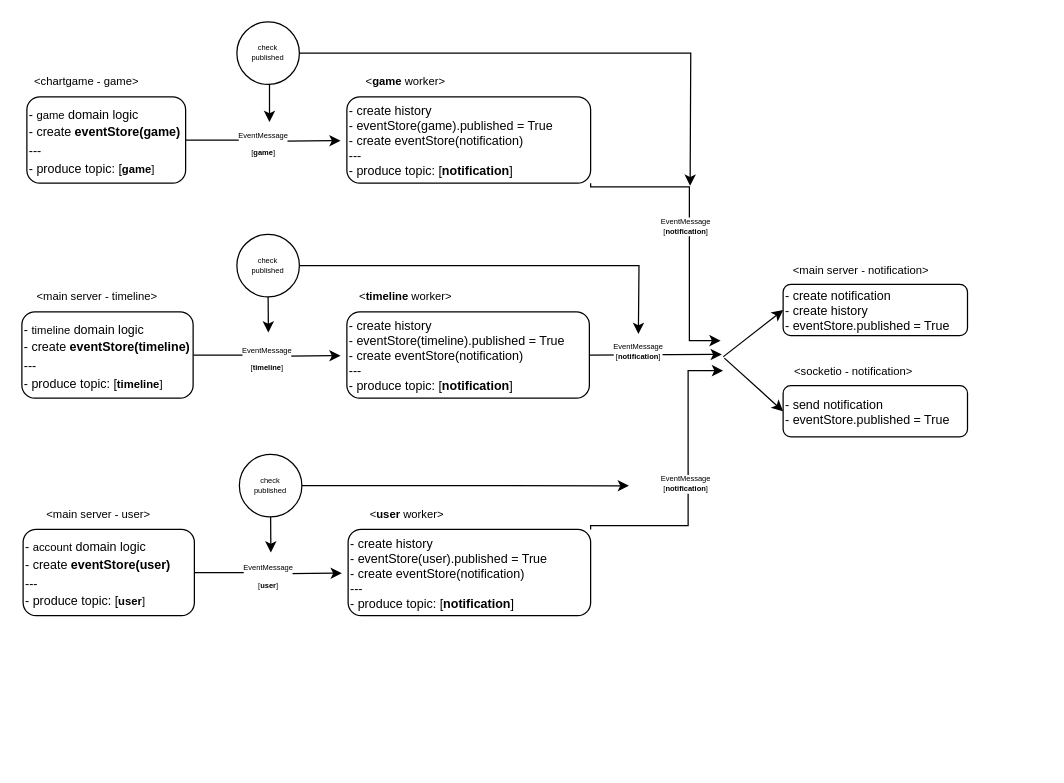
This is notification.drawio from myeongjunkim/somethings, a draw.io file, before an edit. Source tidied: cells renumbered, new cells numbered last; positions are measured from the earlier drawing's top-left corner, leaving out a move shared by most shapes. Both pictures are drawn from the tidied source at 125%, with x=0, y=0 at pixel (21, 21).
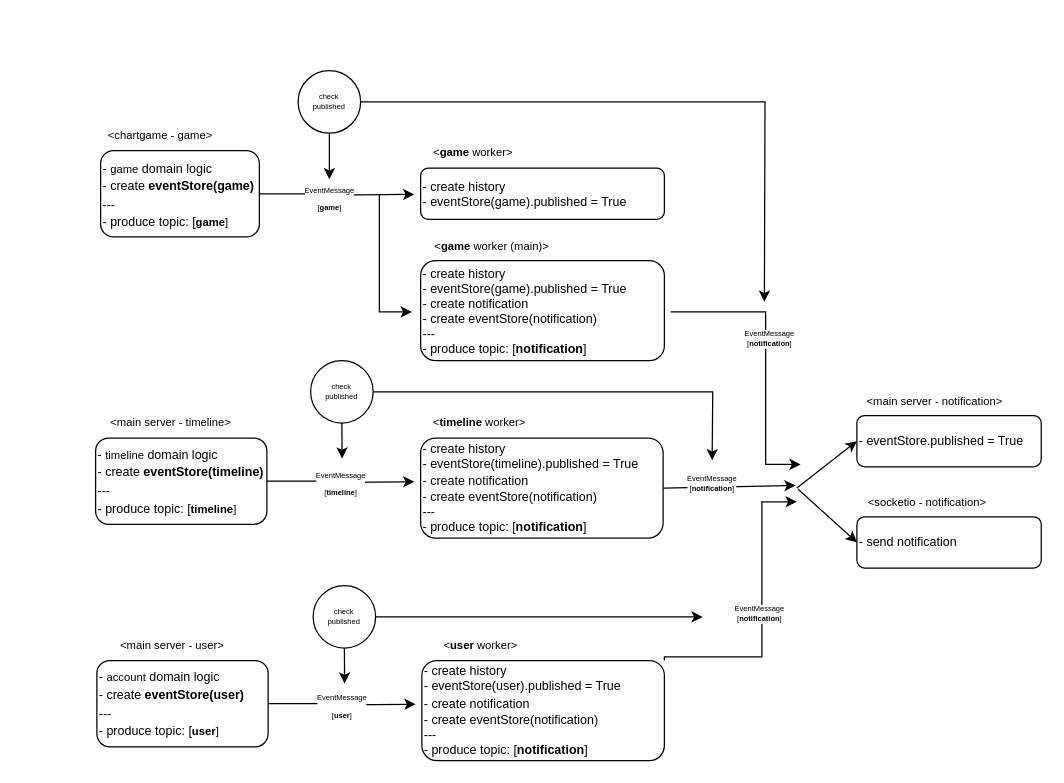
Above is the later version.

Commit message:
0327 피드백 반영

The edit, as a diff of the source:
```diff
@@
     <mxCell id="2" value="&lt;p&gt;&lt;font style=&quot;font-size: 6px;&quot;&gt;EventMessage&lt;br&gt;[&lt;b style=&quot;&quot;&gt;game&lt;/b&gt;]&lt;/font&gt;&lt;/p&gt;" style="edgeStyle=orthogonalEdgeStyle;rounded=0;jettySize=auto;html=1;exitX=1;exitY=0.5;exitDx=0;exitDy=0;" parent="1" edge="1" source="3">
-      <mxGeometry relative="1" as="geometry">
-        <mxPoint x="255" y="95" as="targetPoint" />
+      <mxGeometry x="-0.1" y="-2" relative="1" as="geometry">
+        <mxPoint x="314" y="138" as="targetPoint" />
       </mxGeometry>
     </mxCell>
     <mxCell id="3" value="&lt;span style=&quot;background-color: initial; font-size: x-small;&quot;&gt;-&amp;nbsp;&lt;/span&gt;&lt;span style=&quot;font-size: 9px; text-align: center;&quot;&gt;game&lt;/span&gt;&lt;span style=&quot;background-color: initial; font-size: x-small;&quot;&gt;&amp;nbsp;domain logic&lt;br&gt;- create &lt;b&gt;eventStore(game)&lt;/b&gt;&lt;br&gt;---&lt;br&gt;- produce topic: [&lt;/span&gt;&lt;span style=&quot;font-size: 9px; text-align: center;&quot;&gt;&lt;b&gt;game&lt;/b&gt;]&lt;/span&gt;&lt;span style=&quot;background-color: initial; font-size: x-small;&quot;&gt;&lt;br&gt;&lt;/span&gt;" style="rounded=1;whiteSpace=wrap;html=1;align=left;" parent="1" vertex="1">
-      <mxGeometry x="4" y="60" width="127" height="69" as="geometry" />
+      <mxGeometry x="63" y="103" width="127" height="69" as="geometry" />
     </mxCell>
     <mxCell id="4" value="&lt;font style=&quot;font-size: 9px;&quot;&gt;&amp;lt;chartgame - game&amp;gt;&lt;/font&gt;" style="text;html=1;strokeColor=none;fillColor=none;align=center;verticalAlign=middle;whiteSpace=wrap;rounded=0;" parent="1" vertex="1">
-      <mxGeometry y="40" width="104" height="14" as="geometry" />
+      <mxGeometry x="59" y="83" width="104" height="14" as="geometry" />
     </mxCell>
     <mxCell id="5" value="&lt;font style=&quot;font-size: 9px;&quot;&gt;&lt;b&gt;&amp;nbsp;&lt;/b&gt;&amp;lt;&lt;b&gt;game &lt;/b&gt;worker&amp;gt;&lt;/font&gt;" style="text;html=1;strokeColor=none;fillColor=none;align=center;verticalAlign=middle;whiteSpace=wrap;rounded=0;" parent="1" vertex="1">
-      <mxGeometry x="254" y="40" width="104" height="14" as="geometry" />
+      <mxGeometry x="308" y="97" width="104" height="14" as="geometry" />
     </mxCell>
-    <mxCell id="6" style="edgeStyle=orthogonalEdgeStyle;rounded=0;jettySize=auto;html=1;exitX=1;exitY=1;exitDx=0;exitDy=0;fontFamily=Helvetica;fontSize=6;" parent="1" edge="1" source="8">
-      <mxGeometry relative="1" as="geometry">
-        <mxPoint x="559" y="255" as="targetPoint" />
-        <Array as="points">
-          <mxPoint x="455" y="132" />
-          <mxPoint x="534" y="132" />
-          <mxPoint x="534" y="255" />
-        </Array>
-      </mxGeometry>
-    </mxCell>
-    <mxCell id="7" value="EventMessage&lt;br&gt;[&lt;b&gt;notification&lt;/b&gt;]" style="edgeLabel;html=1;align=center;verticalAlign=middle;fontSize=6;fontFamily=Helvetica;" parent="6" vertex="1">
-      <mxGeometry x="-0.33" y="-1" relative="1" as="geometry">
-        <mxPoint x="1" y="30" as="offset" />
-      </mxGeometry>
-    </mxCell>
-    <mxCell id="8" value="&lt;span style=&quot;background-color: initial;&quot;&gt;&lt;font size=&quot;1&quot;&gt;&lt;div style=&quot;&quot;&gt;&lt;/div&gt;&lt;/font&gt;&lt;/span&gt;&lt;div style=&quot;font-size: x-small;&quot;&gt;- create history&lt;/div&gt;&lt;div style=&quot;font-size: x-small;&quot;&gt;- eventStore(game).published = True&lt;/div&gt;&lt;div style=&quot;font-size: x-small;&quot;&gt;- create eventStore(notification)&lt;/div&gt;&lt;div style=&quot;font-size: x-small;&quot;&gt;---&lt;/div&gt;&lt;div style=&quot;font-size: x-small;&quot;&gt;- produce topic: [&lt;b&gt;notification&lt;/b&gt;]&lt;/div&gt;" style="rounded=1;whiteSpace=wrap;html=1;align=left;" parent="1" vertex="1">
-      <mxGeometry x="260" y="60" width="195" height="69" as="geometry" />
+    <mxCell id="8" value="&lt;span style=&quot;background-color: initial;&quot;&gt;&lt;font size=&quot;1&quot;&gt;&lt;div style=&quot;&quot;&gt;&lt;/div&gt;&lt;/font&gt;&lt;/span&gt;&lt;div style=&quot;font-size: x-small;&quot;&gt;- create history&lt;/div&gt;&lt;div style=&quot;font-size: x-small;&quot;&gt;- eventStore(game).published = True&lt;/div&gt;" style="rounded=1;whiteSpace=wrap;html=1;align=left;" parent="1" vertex="1">
+      <mxGeometry x="319" y="117" width="195" height="41" as="geometry" />
     </mxCell>
-    <mxCell id="9" value="&lt;span style=&quot;background-color: initial;&quot;&gt;&lt;font size=&quot;1&quot;&gt;&lt;div style=&quot;&quot;&gt;- create notification&lt;/div&gt;&lt;div style=&quot;&quot;&gt;- create history&lt;/div&gt;&lt;div style=&quot;&quot;&gt;- eventStore.published = True&lt;/div&gt;&lt;/font&gt;&lt;/span&gt;" style="rounded=1;whiteSpace=wrap;html=1;align=left;" parent="1" vertex="1">
-      <mxGeometry x="609" y="210" width="147.5" height="41" as="geometry" />
+    <mxCell id="9" value="&lt;span style=&quot;background-color: initial;&quot;&gt;&lt;font size=&quot;1&quot;&gt;&lt;div style=&quot;&quot;&gt;&lt;span style=&quot;background-color: initial;&quot;&gt;- eventStore.published = True&lt;/span&gt;&lt;br&gt;&lt;/div&gt;&lt;/font&gt;&lt;/span&gt;" style="rounded=1;whiteSpace=wrap;html=1;align=left;" parent="1" vertex="1">
+      <mxGeometry x="668" y="314.9" width="147.5" height="41" as="geometry" />
     </mxCell>
     <mxCell id="10" value="&lt;font style=&quot;font-size: 9px;&quot;&gt;&amp;lt;main server - notification&amp;gt;&lt;/font&gt;" style="text;html=1;strokeColor=none;fillColor=none;align=center;verticalAlign=middle;whiteSpace=wrap;rounded=0;" parent="1" vertex="1">
-      <mxGeometry x="603" y="191" width="137" height="14" as="geometry" />
+      <mxGeometry x="662" y="295.9" width="137" height="14" as="geometry" />
     </mxCell>
-    <mxCell id="11" value="&lt;span style=&quot;background-color: initial;&quot;&gt;&lt;font size=&quot;1&quot;&gt;&lt;div style=&quot;&quot;&gt;- send notification&lt;/div&gt;&lt;div style=&quot;&quot;&gt;- eventStore.published = True&lt;/div&gt;&lt;/font&gt;&lt;/span&gt;" style="rounded=1;whiteSpace=wrap;html=1;align=left;" parent="1" vertex="1">
-      <mxGeometry x="609" y="291" width="147.5" height="41" as="geometry" />
+    <mxCell id="11" value="&lt;span style=&quot;background-color: initial;&quot;&gt;&lt;font size=&quot;1&quot;&gt;&lt;div style=&quot;&quot;&gt;- send notification&lt;/div&gt;&lt;/font&gt;&lt;/span&gt;" style="rounded=1;whiteSpace=wrap;html=1;align=left;" parent="1" vertex="1">
+      <mxGeometry x="668" y="395.9" width="147.5" height="41" as="geometry" />
     </mxCell>
     <mxCell id="12" value="&lt;font style=&quot;font-size: 9px;&quot;&gt;&amp;lt;socketio - notification&amp;gt;&lt;/font&gt;" style="text;html=1;strokeColor=none;fillColor=none;align=center;verticalAlign=middle;whiteSpace=wrap;rounded=0;" parent="1" vertex="1">
-      <mxGeometry x="603" y="272" width="125" height="14" as="geometry" />
+      <mxGeometry x="662" y="376.9" width="125" height="14" as="geometry" />
     </mxCell>
     <mxCell id="13" style="edgeStyle=none;jettySize=auto;html=1;rounded=0;fontFamily=Helvetica;fontSize=6;entryX=0;entryY=0.5;entryDx=0;entryDy=0;" parent="1" edge="1" target="9">
       <mxGeometry relative="1" as="geometry">
-        <mxPoint x="561" y="268" as="sourcePoint" />
+        <mxPoint x="620" y="372.9" as="sourcePoint" />
       </mxGeometry>
     </mxCell>
     <mxCell id="14" style="edgeStyle=none;jettySize=auto;html=1;rounded=0;fontFamily=Helvetica;fontSize=6;entryX=0;entryY=0.5;entryDx=0;entryDy=0;" parent="1" edge="1" target="11">
       <mxGeometry relative="1" as="geometry">
-        <mxPoint x="562" y="269" as="sourcePoint" />
+        <mxPoint x="621" y="373.9" as="sourcePoint" />
       </mxGeometry>
     </mxCell>
     <mxCell id="15" value="&lt;p&gt;&lt;font style=&quot;font-size: 6px;&quot;&gt;EventMessage&lt;br&gt;[&lt;b style=&quot;&quot;&gt;timeline&lt;/b&gt;]&lt;/font&gt;&lt;/p&gt;" style="edgeStyle=orthogonalEdgeStyle;rounded=0;jettySize=auto;html=1;exitX=1;exitY=0.5;exitDx=0;exitDy=0;" parent="1" edge="1" source="16">
       <mxGeometry relative="1" as="geometry">
-        <mxPoint x="255" y="267" as="targetPoint" />
+        <mxPoint x="314" y="367.9" as="targetPoint" />
       </mxGeometry>
     </mxCell>
     <mxCell id="16" value="&lt;span style=&quot;background-color: initial; font-size: x-small;&quot;&gt;-&amp;nbsp;&lt;/span&gt;&lt;span style=&quot;font-size: 9px; text-align: center;&quot;&gt;timeline&lt;/span&gt;&lt;span style=&quot;background-color: initial; font-size: x-small;&quot;&gt;&amp;nbsp;domain logic&lt;br&gt;- create &lt;b&gt;eventStore(timeline)&lt;/b&gt;&lt;br&gt;---&lt;br&gt;- produce topic: [&lt;/span&gt;&lt;span style=&quot;font-size: 9px; text-align: center;&quot;&gt;&lt;b&gt;timeline&lt;/b&gt;&lt;/span&gt;&lt;span style=&quot;font-size: 9px; text-align: center;&quot;&gt;]&lt;/span&gt;&lt;span style=&quot;background-color: initial; font-size: x-small;&quot;&gt;&lt;br&gt;&lt;/span&gt;" style="rounded=1;whiteSpace=wrap;html=1;align=left;" parent="1" vertex="1">
-      <mxGeometry y="232" width="137" height="69" as="geometry" />
+      <mxGeometry x="59" y="332.9" width="137" height="69" as="geometry" />
     </mxCell>
     <mxCell id="17" value="&lt;font style=&quot;font-size: 9px;&quot;&gt;&amp;lt;main server - timeline&amp;gt;&lt;/font&gt;" style="text;html=1;strokeColor=none;fillColor=none;align=center;verticalAlign=middle;whiteSpace=wrap;rounded=0;" parent="1" vertex="1">
-      <mxGeometry y="212" width="121" height="14" as="geometry" />
+      <mxGeometry x="59" y="312.9" width="121" height="14" as="geometry" />
     </mxCell>
     <mxCell id="18" value="&lt;font style=&quot;font-size: 9px;&quot;&gt;&lt;b&gt;&amp;nbsp;&lt;/b&gt;&amp;lt;&lt;b&gt;timeline&amp;nbsp;&lt;/b&gt;worker&amp;gt;&lt;/font&gt;" style="text;html=1;strokeColor=none;fillColor=none;align=center;verticalAlign=middle;whiteSpace=wrap;rounded=0;" parent="1" vertex="1">
-      <mxGeometry x="254" y="212" width="104" height="14" as="geometry" />
+      <mxGeometry x="313" y="312.9" width="104" height="14" as="geometry" />
     </mxCell>
     <mxCell id="19" style="edgeStyle=none;rounded=0;jettySize=auto;html=1;exitX=1;exitY=0.5;exitDx=0;exitDy=0;fontFamily=Helvetica;fontSize=6;" parent="1" edge="1" source="21">
       <mxGeometry relative="1" as="geometry">
-        <mxPoint x="560" y="266" as="targetPoint" />
+        <mxPoint x="619" y="370.9" as="targetPoint" />
       </mxGeometry>
     </mxCell>
@@
-    <mxCell id="21" value="&lt;span style=&quot;background-color: initial;&quot;&gt;&lt;font size=&quot;1&quot;&gt;&lt;div style=&quot;&quot;&gt;- create history&lt;/div&gt;&lt;div style=&quot;&quot;&gt;- eventStore(timeline).published = True&lt;/div&gt;&lt;div style=&quot;&quot;&gt;- create eventStore(notification)&lt;/div&gt;&lt;div style=&quot;&quot;&gt;---&lt;/div&gt;&lt;div style=&quot;&quot;&gt;- produce topic: [&lt;b&gt;notification&lt;/b&gt;]&lt;/div&gt;&lt;/font&gt;&lt;/span&gt;" style="rounded=1;whiteSpace=wrap;html=1;align=left;" parent="1" vertex="1">
-      <mxGeometry x="260" y="232" width="194" height="69" as="geometry" />
+    <mxCell id="21" value="&lt;font size=&quot;1&quot;&gt;&lt;div style=&quot;&quot;&gt;- create history&lt;/div&gt;&lt;div style=&quot;&quot;&gt;- eventStore(timeline).published = True&lt;/div&gt;&lt;/font&gt;&lt;span style=&quot;font-size: x-small;&quot;&gt;- create notification&lt;/span&gt;&lt;span style=&quot;background-color: initial;&quot;&gt;&lt;font size=&quot;1&quot;&gt;&lt;div style=&quot;&quot;&gt;- create eventStore(notification)&lt;/div&gt;&lt;div style=&quot;&quot;&gt;---&lt;/div&gt;&lt;div style=&quot;&quot;&gt;- produce topic: [&lt;b&gt;notification&lt;/b&gt;]&lt;/div&gt;&lt;/font&gt;&lt;/span&gt;" style="rounded=1;whiteSpace=wrap;html=1;align=left;" parent="1" vertex="1">
+      <mxGeometry x="319" y="332.9" width="194" height="80.1" as="geometry" />
     </mxCell>
     <mxCell id="22" value="&lt;p&gt;&lt;font style=&quot;font-size: 6px;&quot;&gt;EventMessage&lt;br&gt;[&lt;b style=&quot;&quot;&gt;user&lt;/b&gt;]&lt;/font&gt;&lt;/p&gt;" style="edgeStyle=orthogonalEdgeStyle;rounded=0;jettySize=auto;html=1;exitX=1;exitY=0.5;exitDx=0;exitDy=0;" parent="1" edge="1" source="23">
       <mxGeometry relative="1" as="geometry">
-        <mxPoint x="256" y="441" as="targetPoint" />
+        <mxPoint x="315" y="545.9" as="targetPoint" />
       </mxGeometry>
     </mxCell>
     <mxCell id="23" value="&lt;span style=&quot;background-color: initial; font-size: x-small;&quot;&gt;-&amp;nbsp;&lt;/span&gt;&lt;span style=&quot;font-size: 9px; text-align: center;&quot;&gt;account&lt;/span&gt;&lt;span style=&quot;background-color: initial; font-size: x-small;&quot;&gt;&amp;nbsp;domain logic&lt;br&gt;- create &lt;b&gt;eventStore(user)&lt;/b&gt;&lt;br&gt;---&lt;br&gt;- produce topic: [&lt;/span&gt;&lt;span style=&quot;font-size: 9px; text-align: center;&quot;&gt;&lt;b&gt;user&lt;/b&gt;&lt;/span&gt;&lt;span style=&quot;font-size: 9px; text-align: center;&quot;&gt;]&lt;/span&gt;&lt;span style=&quot;background-color: initial; font-size: x-small;&quot;&gt;&lt;br&gt;&lt;/span&gt;" style="rounded=1;whiteSpace=wrap;html=1;align=left;" parent="1" vertex="1">
-      <mxGeometry x="1" y="406" width="137" height="69" as="geometry" />
+      <mxGeometry x="60" y="510.9" width="137" height="69" as="geometry" />
     </mxCell>
     <mxCell id="24" value="&lt;font style=&quot;font-size: 9px;&quot;&gt;&amp;lt;main server - user&amp;gt;&lt;/font&gt;" style="text;html=1;strokeColor=none;fillColor=none;align=center;verticalAlign=middle;whiteSpace=wrap;rounded=0;" parent="1" vertex="1">
-      <mxGeometry x="1" y="386" width="121" height="14" as="geometry" />
+      <mxGeometry x="60" y="490.9" width="121" height="14" as="geometry" />
     </mxCell>
     <mxCell id="25" value="&lt;font style=&quot;font-size: 9px;&quot;&gt;&lt;b&gt;&amp;nbsp;&lt;/b&gt;&amp;lt;&lt;b&gt;user&amp;nbsp;&lt;/b&gt;worker&amp;gt;&lt;/font&gt;" style="text;html=1;strokeColor=none;fillColor=none;align=center;verticalAlign=middle;whiteSpace=wrap;rounded=0;" parent="1" vertex="1">
-      <mxGeometry x="255" y="386" width="104" height="14" as="geometry" />
+      <mxGeometry x="314" y="490.9" width="104" height="14" as="geometry" />
     </mxCell>
     <mxCell id="26" style="edgeStyle=orthogonalEdgeStyle;rounded=0;jettySize=auto;html=1;exitX=1;exitY=0;exitDx=0;exitDy=0;fontFamily=Helvetica;fontSize=6;" parent="1" edge="1" source="28">
       <mxGeometry relative="1" as="geometry">
-        <mxPoint x="561" y="279" as="targetPoint" />
+        <mxPoint x="620" y="383.9" as="targetPoint" />
         <Array as="points">
-          <mxPoint x="455" y="403" />
-          <mxPoint x="533" y="403" />
-          <mxPoint x="533" y="279" />
+          <mxPoint x="514" y="507.9" />
+          <mxPoint x="592" y="507.9" />
+          <mxPoint x="592" y="383.9" />
         </Array>
       </mxGeometry>
     </mxCell>
@@
-    <mxCell id="28" value="&lt;span style=&quot;background-color: initial;&quot;&gt;&lt;font size=&quot;1&quot;&gt;&lt;div style=&quot;&quot;&gt;- create history&lt;/div&gt;&lt;div style=&quot;&quot;&gt;- eventStore(user).published = True&lt;/div&gt;&lt;div style=&quot;&quot;&gt;- create eventStore(notification)&lt;/div&gt;&lt;div style=&quot;&quot;&gt;---&lt;/div&gt;&lt;div style=&quot;&quot;&gt;- produce topic: [&lt;b&gt;notification&lt;/b&gt;]&lt;/div&gt;&lt;/font&gt;&lt;/span&gt;" style="rounded=1;whiteSpace=wrap;html=1;align=left;" parent="1" vertex="1">
-      <mxGeometry x="261" y="406" width="194" height="69" as="geometry" />
+    <mxCell id="28" value="&lt;font size=&quot;1&quot;&gt;&lt;div style=&quot;&quot;&gt;- create history&lt;/div&gt;&lt;div style=&quot;&quot;&gt;- eventStore(user).published = True&lt;span style=&quot;background-color: initial;&quot;&gt;&amp;nbsp;&lt;/span&gt;&lt;/div&gt;&lt;/font&gt;&lt;span style=&quot;font-size: x-small;&quot;&gt;- create notification&lt;/span&gt;&lt;span style=&quot;background-color: initial;&quot;&gt;&lt;font size=&quot;1&quot;&gt;&lt;div style=&quot;&quot;&gt;- create eventStore(notification)&lt;/div&gt;&lt;div style=&quot;&quot;&gt;---&lt;/div&gt;&lt;div style=&quot;&quot;&gt;- produce topic: [&lt;b&gt;notification&lt;/b&gt;]&lt;/div&gt;&lt;/font&gt;&lt;/span&gt;" style="rounded=1;whiteSpace=wrap;html=1;align=left;" parent="1" vertex="1">
+      <mxGeometry x="320" y="510.9" width="194" height="80.1" as="geometry" />
     </mxCell>
     <mxCell id="29" style="edgeStyle=orthogonalEdgeStyle;rounded=0;jettySize=auto;html=1;exitX=0.5;exitY=1;exitDx=0;exitDy=0;fontFamily=Helvetica;fontSize=6;" parent="1" edge="1" source="31">
       <mxGeometry relative="1" as="geometry">
-        <mxPoint x="198.1" y="80.1" as="targetPoint" />
+        <mxPoint x="246" y="126" as="targetPoint" />
+        <Array as="points">
+          <mxPoint x="246" y="94" />
+          <mxPoint x="246" y="123" />
+        </Array>
       </mxGeometry>
     </mxCell>
     <mxCell id="30" style="edgeStyle=orthogonalEdgeStyle;rounded=0;jettySize=auto;html=1;exitX=1;exitY=0.5;exitDx=0;exitDy=0;fontFamily=Helvetica;fontSize=6;" parent="1" edge="1" source="31">
       <mxGeometry relative="1" as="geometry">
-        <mxPoint x="534.6" y="131.1" as="targetPoint" />
+        <mxPoint x="594" y="224" as="targetPoint" />
       </mxGeometry>
     </mxCell>
     <mxCell id="31" value="check&lt;br&gt;published" style="ellipse;whiteSpace=wrap;html=1;fontFamily=Helvetica;fontSize=6;" parent="1" vertex="1">
-      <mxGeometry x="172" width="50" height="50" as="geometry" />
+      <mxGeometry x="221" y="39" width="50" height="50" as="geometry" />
     </mxCell>
     <mxCell id="32" style="edgeStyle=orthogonalEdgeStyle;rounded=0;jettySize=auto;html=1;exitX=0.5;exitY=1;exitDx=0;exitDy=0;fontFamily=Helvetica;fontSize=6;" parent="1" edge="1" source="34">
       <mxGeometry relative="1" as="geometry">
-        <mxPoint x="197.2" y="248.5" as="targetPoint" />
+        <mxPoint x="256.2" y="349.4" as="targetPoint" />
       </mxGeometry>
     </mxCell>
     <mxCell id="33" style="edgeStyle=orthogonalEdgeStyle;rounded=0;jettySize=auto;html=1;exitX=1;exitY=0.5;exitDx=0;exitDy=0;fontFamily=Helvetica;fontSize=6;" parent="1" edge="1" source="34">
       <mxGeometry relative="1" as="geometry">
-        <mxPoint x="493.2" y="249.7" as="targetPoint" />
+        <mxPoint x="552.2" y="350.7" as="targetPoint" />
       </mxGeometry>
     </mxCell>
     <mxCell id="34" value="check&lt;br&gt;published" style="ellipse;whiteSpace=wrap;html=1;fontFamily=Helvetica;fontSize=6;" parent="1" vertex="1">
-      <mxGeometry x="172" y="170" width="50" height="50" as="geometry" />
+      <mxGeometry x="231" y="270.9" width="50" height="50" as="geometry" />
     </mxCell>
     <mxCell id="35" style="edgeStyle=orthogonalEdgeStyle;rounded=0;jettySize=auto;html=1;exitX=0.5;exitY=1;exitDx=0;exitDy=0;fontFamily=Helvetica;fontSize=6;" parent="1" edge="1" source="37">
       <mxGeometry relative="1" as="geometry">
-        <mxPoint x="199.2" y="424.5" as="targetPoint" />
+        <mxPoint x="258.2" y="529.4" as="targetPoint" />
       </mxGeometry>
     </mxCell>
     <mxCell id="36" style="edgeStyle=orthogonalEdgeStyle;rounded=0;jettySize=auto;html=1;exitX=1;exitY=0.5;exitDx=0;exitDy=0;fontFamily=Helvetica;fontSize=6;" parent="1" edge="1" source="37">
       <mxGeometry relative="1" as="geometry">
-        <mxPoint x="485.7" y="371.1" as="targetPoint" />
+        <mxPoint x="544.7" y="476" as="targetPoint" />
       </mxGeometry>
     </mxCell>
     <mxCell id="37" value="check&lt;br&gt;published" style="ellipse;whiteSpace=wrap;html=1;fontFamily=Helvetica;fontSize=6;" parent="1" vertex="1">
-      <mxGeometry x="174" y="346" width="50" height="50" as="geometry" />
+      <mxGeometry x="233" y="450.9" width="50" height="50" as="geometry" />
     </mxCell>
+    <mxCell id="38" value="&lt;span style=&quot;background-color: initial;&quot;&gt;&lt;font size=&quot;1&quot;&gt;&lt;div style=&quot;&quot;&gt;&lt;/div&gt;&lt;/font&gt;&lt;/span&gt;&lt;div style=&quot;font-size: x-small;&quot;&gt;- create history&lt;/div&gt;&lt;div style=&quot;font-size: x-small;&quot;&gt;- eventStore(game).published = True&lt;/div&gt;&lt;div style=&quot;font-size: x-small;&quot;&gt;- create notification&lt;/div&gt;&lt;div style=&quot;font-size: x-small;&quot;&gt;- create eventStore(notification)&lt;/div&gt;&lt;div style=&quot;font-size: x-small;&quot;&gt;---&lt;/div&gt;&lt;div style=&quot;font-size: x-small;&quot;&gt;- produce topic: [&lt;b&gt;notification&lt;/b&gt;]&lt;/div&gt;" style="rounded=1;whiteSpace=wrap;html=1;align=left;" parent="1" vertex="1">
+      <mxGeometry x="319" y="191" width="195" height="80" as="geometry" />
+    </mxCell>
+    <mxCell id="39" style="edgeStyle=orthogonalEdgeStyle;rounded=0;orthogonalLoop=1;jettySize=auto;html=1;fontFamily=Helvetica;fontSize=6;" parent="1" edge="1">
+      <mxGeometry relative="1" as="geometry">
+        <mxPoint x="519" y="232" as="sourcePoint" />
+        <mxPoint x="623" y="354" as="targetPoint" />
+        <Array as="points">
+          <mxPoint x="595" y="232" />
+          <mxPoint x="595" y="354" />
+        </Array>
+      </mxGeometry>
+    </mxCell>
+    <mxCell id="7" value="EventMessage&lt;br&gt;[&lt;b&gt;notification&lt;/b&gt;]" style="edgeLabel;html=1;align=center;verticalAlign=middle;fontSize=6;fontFamily=Helvetica;" parent="39" vertex="1">
+      <mxGeometry x="-0.33" y="-1" relative="1" as="geometry">
+        <mxPoint x="3" y="21" as="offset" />
+      </mxGeometry>
+    </mxCell>
+    <mxCell id="40" value="&lt;font style=&quot;font-size: 9px;&quot;&gt;&lt;b&gt;&amp;nbsp;&lt;/b&gt;&amp;lt;&lt;b&gt;game &lt;/b&gt;worker (main)&amp;gt;&lt;/font&gt;" style="text;html=1;strokeColor=none;fillColor=none;align=center;verticalAlign=middle;whiteSpace=wrap;rounded=0;" parent="1" vertex="1">
+      <mxGeometry x="319" y="172" width="112" height="14" as="geometry" />
+    </mxCell>
+    <mxCell id="41" style="edgeStyle=none;orthogonalLoop=1;jettySize=auto;html=1;rounded=0;" parent="1" edge="1">
+      <mxGeometry relative="1" as="geometry">
+        <mxPoint x="286" y="138" as="sourcePoint" />
+        <mxPoint x="312" y="232" as="targetPoint" />
+        <Array as="points">
+          <mxPoint x="286" y="232" />
+        </Array>
+      </mxGeometry>
+    </mxCell>
```
